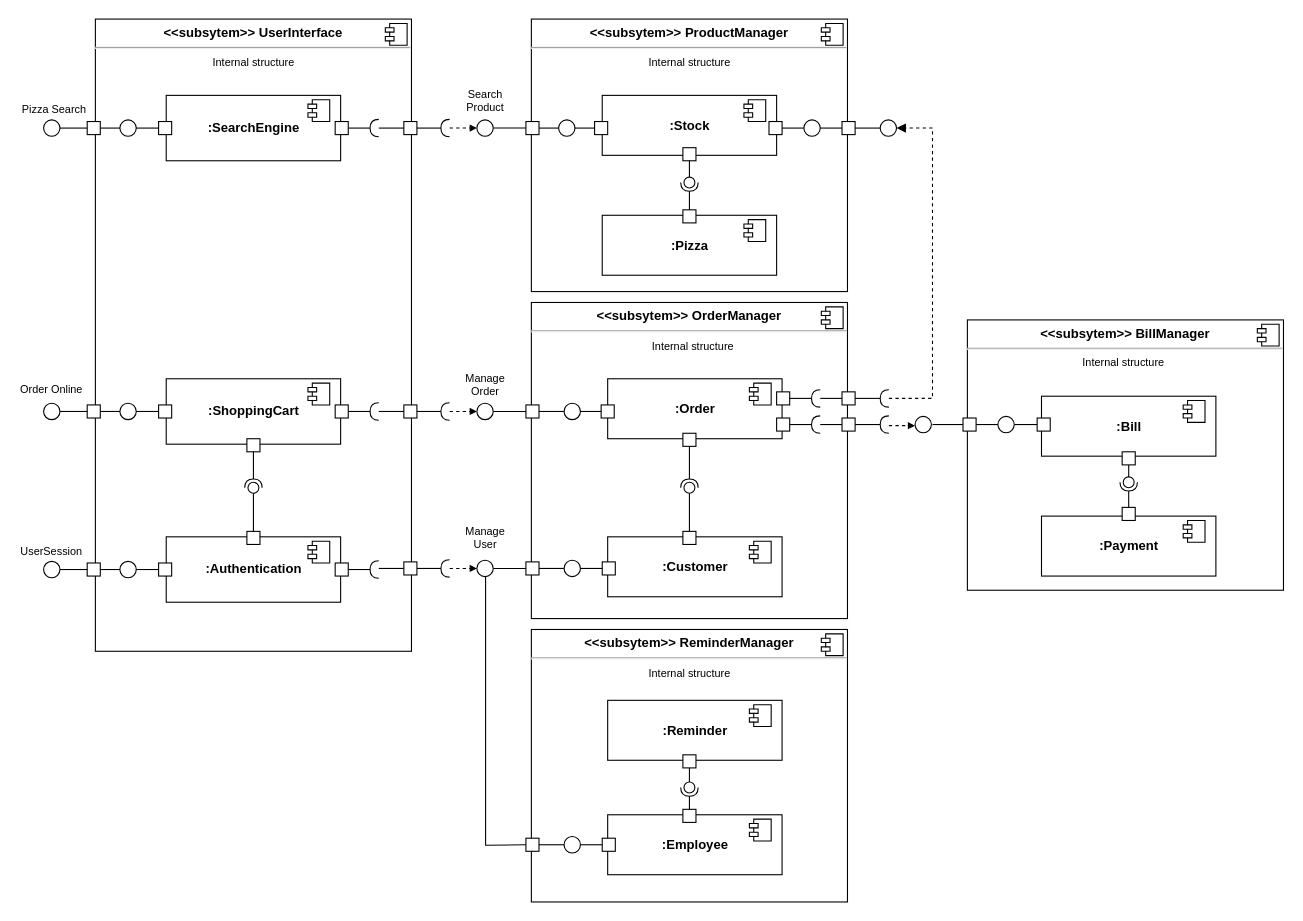
This is Diagrammes/diagramme_composant.drawio from Eidocode/OC_Project6, a draw.io file, before an edit. Source tidied: cells renumbered, new cells numbered last; positions are measured from the earlier drawing's top-left corner, leaving out a move shared by most shapes. Both pictures are drawn from the tidied source at 109%, with x=0, y=0 at pixel (19, 19).
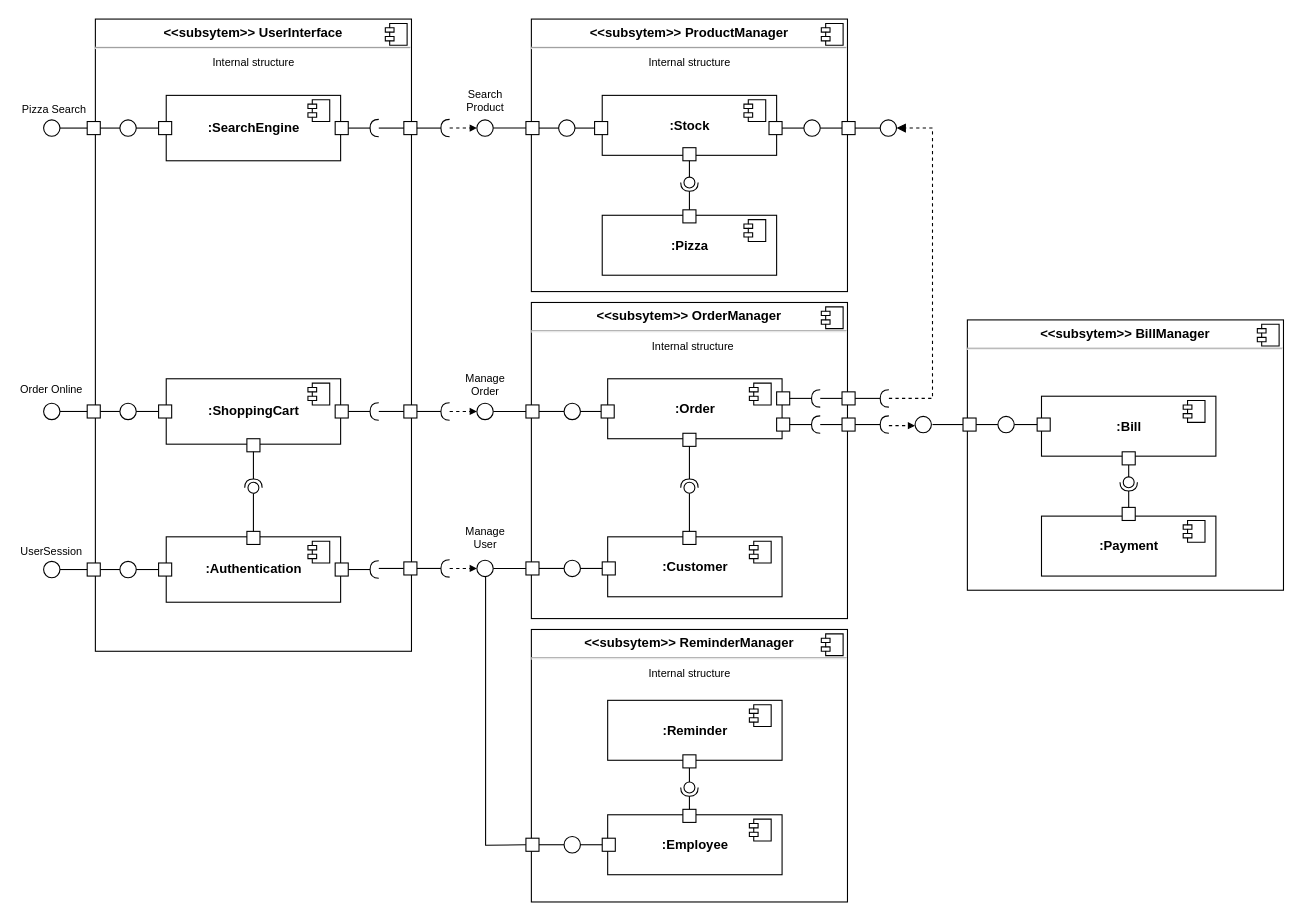
The same page after the edit.

Commit message:
Modified componenent diagram

Diff of the diagram source:
```diff
@@
-    <mxCell id="143" value="Internal structure" style="text;html=1;strokeColor=none;fillColor=none;align=center;verticalAlign=middle;whiteSpace=wrap;rounded=0;shadow=0;glass=0;sketch=0;fontSize=10;" parent="1" vertex="1">
-      <mxGeometry x="966" y="304.5" width="95" height="20" as="geometry" />
-    </mxCell>
```
